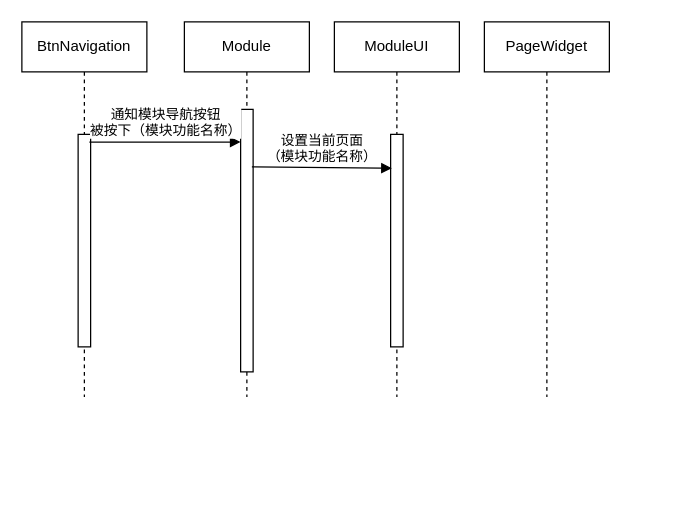
Above: 切换模块时序图.drawio in chenminchn/UML (draw.io), before the change. Source tidied: cells renumbered, new cells numbered last; positions are measured from the earlier drawing's top-left corner, leaving out a move shared by most shapes. Both pictures are drawn from the tidied source at 125%, with x=0, y=0 at pixel (21, 21).
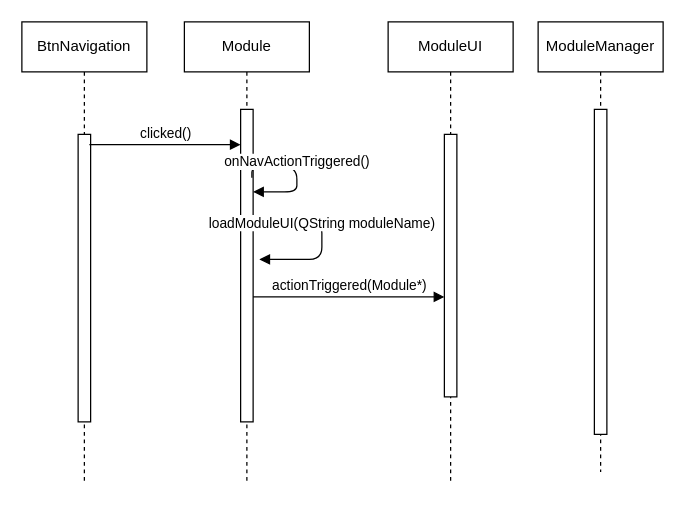
The same diagram, later.

Commit message:
Update 切换模块时序图.drawio

What changed in the source:
```diff
@@
 <mxGraphModel>
   <root>
     <mxCell id="0" />
     <mxCell id="1" parent="0" />
     <mxCell id="2" value="BtnNavigation" style="shape=umlLifeline;perimeter=lifelinePerimeter;whiteSpace=wrap;html=1;" parent="1" vertex="1">
-      <mxGeometry width="100" height="300" as="geometry" />
+      <mxGeometry width="100" height="370" as="geometry" />
     </mxCell>
     <mxCell id="3" style="html=1;points=[];perimeter=orthogonalPerimeter;" parent="2" vertex="1">
-      <mxGeometry x="45" y="90" width="10" height="170" as="geometry" />
+      <mxGeometry x="45" y="90" width="10" height="230" as="geometry" />
     </mxCell>
     <mxCell id="4" value="Module" style="shape=umlLifeline;perimeter=lifelinePerimeter;whiteSpace=wrap;html=1;" parent="1" vertex="1">
-      <mxGeometry x="130" width="100" height="300" as="geometry" />
+      <mxGeometry x="130" width="100" height="370" as="geometry" />
     </mxCell>
     <mxCell id="5" style="html=1;points=[];perimeter=orthogonalPerimeter;" parent="4" vertex="1">
-      <mxGeometry x="45" y="70" width="10" height="210" as="geometry" />
+      <mxGeometry x="45" y="70" width="10" height="250" as="geometry" />
     </mxCell>
+    <mxCell id="9" value="onNavActionTriggered()" style="html=1;verticalAlign=bottom;endArrow=block;exitX=0.9;exitY=0.219;exitDx=0;exitDy=0;exitPerimeter=0;edgeStyle=orthogonalEdgeStyle;" parent="4" edge="1" source="5" target="5">
+      <mxGeometry relative="1" as="geometry">
+        <Array as="points">
+          <mxPoint x="54" y="116" />
+          <mxPoint x="90" y="116" />
+          <mxPoint x="90" y="136" />
+        </Array>
+      </mxGeometry>
+    </mxCell>
+    <mxCell id="11" value="loadModuleUI(QString moduleName)" style="html=1;verticalAlign=bottom;endArrow=block;edgeStyle=orthogonalEdgeStyle;" parent="4" edge="1">
+      <mxGeometry relative="1" as="geometry">
+        <mxPoint x="50" y="159" as="sourcePoint" />
+        <mxPoint x="60" y="190" as="targetPoint" />
+        <Array as="points">
+          <mxPoint x="110" y="159" />
+          <mxPoint x="110" y="190" />
+        </Array>
+      </mxGeometry>
+    </mxCell>
-    <mxCell id="6" value="通知模块导航按钮&lt;br&gt;被按下（模块功能名称）" style="html=1;verticalAlign=bottom;endArrow=block;exitX=0.9;exitY=0.036;exitDx=0;exitDy=0;exitPerimeter=0;" parent="1" edge="1" source="3" target="5">
+    <mxCell id="6" value="clicked()" style="html=1;verticalAlign=bottom;endArrow=block;exitX=0.9;exitY=0.036;exitDx=0;exitDy=0;exitPerimeter=0;" parent="1" edge="1" source="3" target="5">
       <mxGeometry relative="1" as="geometry" />
     </mxCell>
     <mxCell id="7" value="ModuleUI" style="shape=umlLifeline;perimeter=lifelinePerimeter;whiteSpace=wrap;html=1;" parent="1" vertex="1">
-      <mxGeometry x="250" width="100" height="300" as="geometry" />
+      <mxGeometry x="293" width="100" height="370" as="geometry" />
     </mxCell>
     <mxCell id="8" style="html=1;points=[];perimeter=orthogonalPerimeter;" parent="7" vertex="1">
-      <mxGeometry x="45" y="90" width="10" height="170" as="geometry" />
+      <mxGeometry x="45" y="90" width="10" height="210" as="geometry" />
     </mxCell>
-    <mxCell id="9" value="设置当前页面&lt;br&gt;（模块功能名称）" style="html=1;verticalAlign=bottom;endArrow=block;entryX=0.1;entryY=0.159;entryDx=0;entryDy=0;entryPerimeter=0;exitX=0.9;exitY=0.219;exitDx=0;exitDy=0;exitPerimeter=0;" parent="1" edge="1" source="5" target="8">
-      <mxGeometry relative="1" as="geometry" />
-    </mxCell>
-    <mxCell id="10" value="PageWidget" style="shape=umlLifeline;perimeter=lifelinePerimeter;whiteSpace=wrap;html=1;" parent="1" vertex="1">
-      <mxGeometry x="370" width="100" height="300" as="geometry" />
+    <mxCell id="10" value="ModuleManager" style="shape=umlLifeline;perimeter=lifelinePerimeter;whiteSpace=wrap;html=1;" parent="1" vertex="1">
+      <mxGeometry x="413" width="100" height="360" as="geometry" />
     </mxCell>
+    <mxCell id="12" style="html=1;perimeter=orthogonalPerimeter;" parent="10" vertex="1">
+      <mxGeometry x="45" y="70" width="10" height="260" as="geometry" />
+    </mxCell>
+    <mxCell id="13" value="actionTriggered(Module*)" style="html=1;verticalAlign=bottom;endArrow=block;" parent="1" edge="1" target="8">
+      <mxGeometry relative="1" as="geometry">
+        <mxPoint x="185" y="220" as="sourcePoint" />
+      </mxGeometry>
+    </mxCell>
   </root>
 </mxGraphModel>
```
